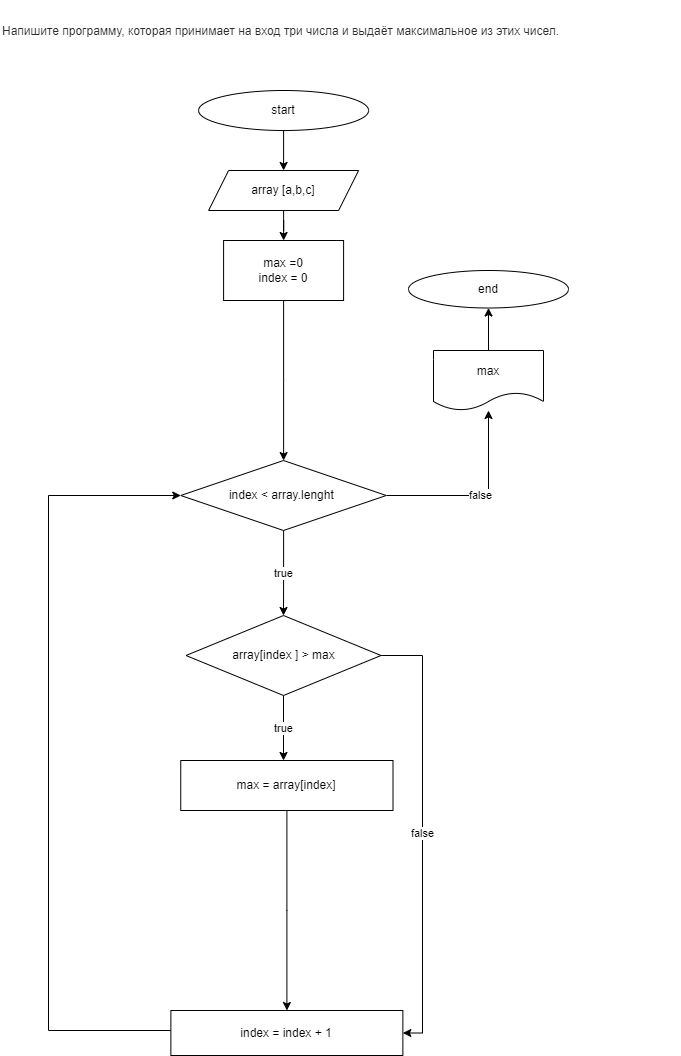
This is dz1_zadacha6/digram.drawio.png from sntitar/DZ_C-, a draw.io export, as it was before one commit. Source tidied: cells renumbered, new cells last; positions are measured from the earlier drawing's top-left corner, leaving out a move shared by most shapes.
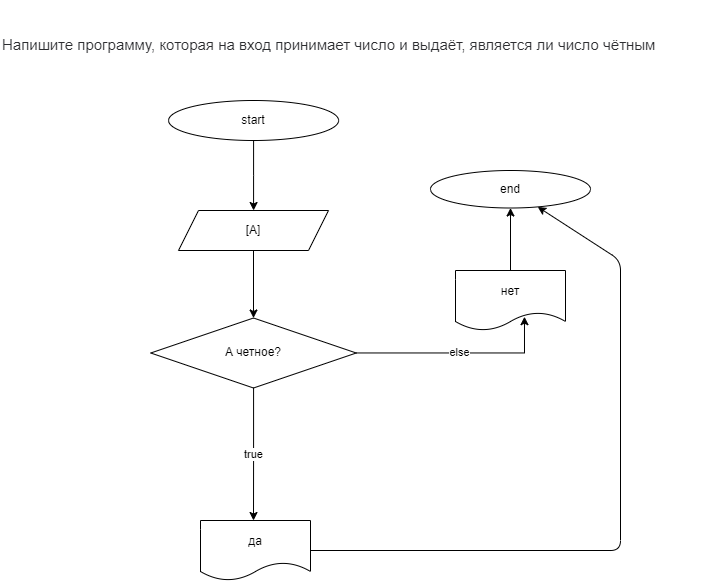
Above is the later version.

What changed in the source:
```diff
@@ -8,75 +8,49 @@
     <mxCell id="3" value="start" style="ellipse;whiteSpace=wrap;html=1;" parent="1" vertex="1">
       <mxGeometry x="198.1" y="90" width="170" height="40" as="geometry" />
     </mxCell>
-    <mxCell id="4" style="edgeStyle=orthogonalEdgeStyle;rounded=0;jettySize=auto;html=1;" parent="1" edge="1" source="5">
-      <mxGeometry relative="1" as="geometry">
-        <mxPoint x="283.1" y="240" as="targetPoint" />
-      </mxGeometry>
-    </mxCell>
+    <mxCell id="22" style="edgeStyle=none;html=1;" parent="1" edge="1" source="5" target="11">
+      <mxGeometry relative="1" as="geometry" />
+    </mxCell>
-    <mxCell id="5" value="array [a,b,c]" style="shape=parallelogram;perimeter=parallelogramPerimeter;whiteSpace=wrap;html=1;fixedSize=1;" parent="1" vertex="1">
-      <mxGeometry x="208.1" y="170" width="150" height="40" as="geometry" />
+    <mxCell id="5" value="[A]" style="shape=parallelogram;perimeter=parallelogramPerimeter;whiteSpace=wrap;html=1;fixedSize=1;" parent="1" vertex="1">
+      <mxGeometry x="208" y="200" width="150" height="40" as="geometry" />
     </mxCell>
-    <mxCell id="6" value="&lt;h5&gt;&lt;span style=&quot;color: rgb(44 , 45 , 48) ; font-family: &amp;#34;roboto&amp;#34; , &amp;#34;san francisco&amp;#34; , &amp;#34;helvetica neue&amp;#34; , &amp;#34;helvetica&amp;#34; , &amp;#34;arial&amp;#34; ; font-weight: 400 ; background-color: rgb(255 , 255 , 255)&quot;&gt;&lt;font style=&quot;font-size: 12px&quot;&gt;Напишите программу, которая принимает на вход три числа и выдаёт максимальное из этих чисел.&lt;/font&gt;&lt;/span&gt;&lt;br&gt;&lt;/h5&gt;" style="text;whiteSpace=wrap;html=1;" parent="1" vertex="1">
-      <mxGeometry width="680" height="20" as="geometry" />
-    </mxCell>
-    <mxCell id="7" style="edgeStyle=orthogonalEdgeStyle;rounded=0;jettySize=auto;html=1;" parent="1" edge="1" source="8" target="11">
-      <mxGeometry relative="1" as="geometry" />
-    </mxCell>
-    <mxCell id="8" value="max =0&lt;br&gt;index = 0" style="whiteSpace=wrap;html=1;" parent="1" vertex="1">
-      <mxGeometry x="223.1" y="240" width="120" height="60" as="geometry" />
-    </mxCell>
-    <mxCell id="9" value="false" style="edgeStyle=orthogonalEdgeStyle;rounded=0;jettySize=auto;html=1;" parent="1" edge="1" source="11">
+    <mxCell id="9" value="else" style="edgeStyle=orthogonalEdgeStyle;rounded=0;jettySize=auto;html=1;entryX=0.627;entryY=0.77;entryDx=0;entryDy=0;entryPerimeter=0;" parent="1" edge="1" source="11" target="17">
       <mxGeometry relative="1" as="geometry">
-        <mxPoint x="488" y="410" as="targetPoint" />
+        <Array as="points">
+          <mxPoint x="554" y="343" />
+        </Array>
       </mxGeometry>
     </mxCell>
-    <mxCell id="10" value="true" style="edgeStyle=orthogonalEdgeStyle;rounded=0;jettySize=auto;html=1;" parent="1" edge="1" source="11" target="21">
-      <mxGeometry relative="1" as="geometry" />
+    <mxCell id="10" value="true" style="edgeStyle=orthogonalEdgeStyle;rounded=0;jettySize=auto;html=1;" parent="1" edge="1" source="11">
+      <mxGeometry relative="1" as="geometry">
+        <mxPoint x="283" y="510" as="targetPoint" />
+      </mxGeometry>
     </mxCell>
-    <mxCell id="11" value="index &amp;lt; array.lenght&amp;nbsp;" style="rhombus;whiteSpace=wrap;html=1;" parent="1" vertex="1">
-      <mxGeometry x="180.2" y="460" width="205.5" height="70" as="geometry" />
+    <mxCell id="11" value="А четное?" style="rhombus;whiteSpace=wrap;html=1;" parent="1" vertex="1">
+      <mxGeometry x="180.2" y="307.5" width="205.5" height="70" as="geometry" />
     </mxCell>
-    <mxCell id="12" style="edgeStyle=orthogonalEdgeStyle;rounded=0;jettySize=auto;html=1;" parent="1" edge="1" source="13" target="15">
-      <mxGeometry relative="1" as="geometry" />
-    </mxCell>
-    <mxCell id="13" value="max = array[index]" style="whiteSpace=wrap;html=1;" parent="1" vertex="1">
-      <mxGeometry x="180.2" y="760" width="212.2" height="50" as="geometry" />
-    </mxCell>
-    <mxCell id="14" style="edgeStyle=orthogonalEdgeStyle;rounded=0;jettySize=auto;html=1;entryX=0;entryY=0.5;entryDx=0;entryDy=0;" parent="1" edge="1" source="15" target="11">
-      <mxGeometry relative="1" as="geometry">
-        <Array as="points">
-          <mxPoint x="48" y="1030" />
-          <mxPoint x="48" y="495" />
-        </Array>
-      </mxGeometry>
-    </mxCell>
-    <mxCell id="15" value="index = index + 1" style="whiteSpace=wrap;html=1;" parent="1" vertex="1">
-      <mxGeometry x="170.4" y="1010" width="232" height="45" as="geometry" />
-    </mxCell>
     <mxCell id="16" style="edgeStyle=orthogonalEdgeStyle;rounded=0;jettySize=auto;html=1;" parent="1" edge="1" source="17" target="18">
       <mxGeometry relative="1" as="geometry" />
     </mxCell>
-    <mxCell id="17" value="max" style="shape=document;whiteSpace=wrap;html=1;boundedLbl=1;" parent="1" vertex="1">
-      <mxGeometry x="433" y="350" width="110" height="60" as="geometry" />
+    <mxCell id="17" value="нет" style="shape=document;whiteSpace=wrap;html=1;boundedLbl=1;" parent="1" vertex="1">
+      <mxGeometry x="485" y="260" width="110" height="60" as="geometry" />
     </mxCell>
     <mxCell id="18" value="end" style="ellipse;whiteSpace=wrap;html=1;" parent="1" vertex="1">
-      <mxGeometry x="408" y="270" width="160" height="37.5" as="geometry" />
+      <mxGeometry x="460" y="160" width="160" height="37.5" as="geometry" />
     </mxCell>
-    <mxCell id="19" value="true" style="edgeStyle=orthogonalEdgeStyle;rounded=0;jettySize=auto;html=1;entryX=0.5;entryY=0;entryDx=0;entryDy=0;entryPerimeter=0;" parent="1" edge="1" source="21">
-      <mxGeometry relative="1" as="geometry">
-        <mxPoint x="283" y="760" as="targetPoint" />
-      </mxGeometry>
-    </mxCell>
-    <mxCell id="20" value="false" style="edgeStyle=orthogonalEdgeStyle;rounded=0;jettySize=auto;html=1;entryX=1;entryY=0.5;entryDx=0;entryDy=0;" parent="1" edge="1" source="21" target="15">
-      <mxGeometry relative="1" as="geometry">
-        <Array as="points">
-          <mxPoint x="422" y="655" />
-          <mxPoint x="422" y="1032" />
-        </Array>
-      </mxGeometry>
-    </mxCell>
-    <mxCell id="21" value="array[index ] &amp;gt; max" style="rhombus;whiteSpace=wrap;html=1;" parent="1" vertex="1">
-      <mxGeometry x="185.5" y="615" width="195" height="80" as="geometry" />
-    </mxCell>
+    <mxCell id="23" style="edgeStyle=none;html=1;" parent="1" edge="1" source="24" target="18">
+      <mxGeometry relative="1" as="geometry">
+        <Array as="points">
+          <mxPoint x="650" y="540" />
+          <mxPoint x="650" y="250" />
+        </Array>
+      </mxGeometry>
+    </mxCell>
+    <mxCell id="24" value="да" style="shape=document;whiteSpace=wrap;html=1;boundedLbl=1;" parent="1" vertex="1">
+      <mxGeometry x="230" y="510" width="110" height="60" as="geometry" />
+    </mxCell>
+    <mxCell id="25" value="&#10;&#10;&lt;span style=&quot;color: rgb(44, 45, 48); font-family: roboto, &amp;quot;san francisco&amp;quot;, &amp;quot;helvetica neue&amp;quot;, helvetica, arial; font-size: 15px; font-style: normal; font-weight: 400; letter-spacing: normal; text-indent: 0px; text-transform: none; word-spacing: 0px; background-color: rgb(255, 255, 255); display: inline; float: none;&quot;&gt;Напишите программу, которая на вход принимает число и выдаёт, является ли число чётным&lt;/span&gt;&#10;&#10;" style="text;whiteSpace=wrap;html=1;" parent="1" vertex="1">
+      <mxGeometry x="30" y="-10" width="700" height="50" as="geometry" />
+    </mxCell>
   </root>
 </mxGraphModel>
```
